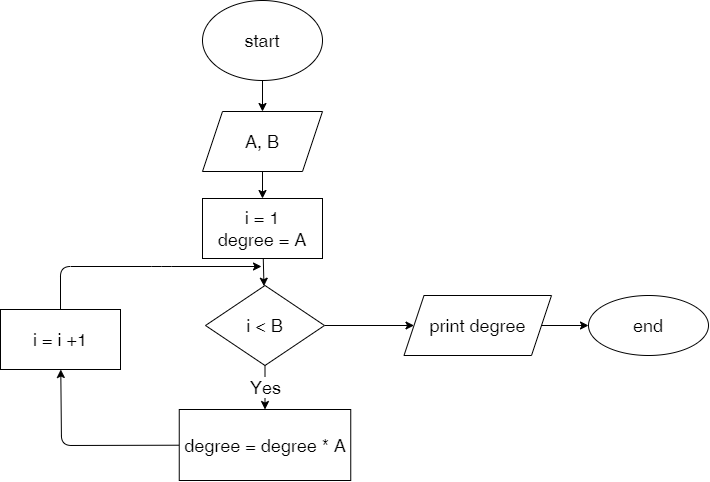
Above: Homework/Lesson04/task25/alg.drawio.png in sergdmi/3-Code (draw.io), before the change. Source tidied: cells renumbered, new cells last; positions are measured from the earlier drawing's top-left corner, leaving out a move shared by most shapes. Source of this version:
```xml
<mxGraphModel>
  <root>
    <mxCell id="0" />
    <mxCell id="1" parent="0" />
    <mxCell id="2" style="edgeStyle=none;html=1;fontSize=18;" parent="1" edge="1" source="3" target="5">
      <mxGeometry relative="1" as="geometry" />
    </mxCell>
    <mxCell id="3" value="start" style="ellipse;whiteSpace=wrap;html=1;fontSize=18;" parent="1" vertex="1">
      <mxGeometry x="202" width="120" height="80" as="geometry" />
    </mxCell>
    <mxCell id="4" style="edgeStyle=none;html=1;fontSize=18;" parent="1" edge="1" source="5" target="7">
      <mxGeometry relative="1" as="geometry" />
    </mxCell>
    <mxCell id="5" value="A, B" style="shape=parallelogram;perimeter=parallelogramPerimeter;whiteSpace=wrap;html=1;fixedSize=1;fontSize=18;" parent="1" vertex="1">
      <mxGeometry x="202" y="111" width="120" height="60" as="geometry" />
    </mxCell>
    <mxCell id="6" style="edgeStyle=none;html=1;fontSize=18;" parent="1" edge="1" source="7" target="10">
      <mxGeometry relative="1" as="geometry" />
    </mxCell>
    <mxCell id="7" value="i = 1&lt;br&gt;degree = A" style="whiteSpace=wrap;html=1;fontSize=18;" parent="1" vertex="1">
      <mxGeometry x="202" y="198" width="120" height="60" as="geometry" />
    </mxCell>
    <mxCell id="8" value="Yes" style="edgeStyle=none;html=1;fontSize=18;" parent="1" edge="1" source="10" target="12">
      <mxGeometry relative="1" as="geometry" />
    </mxCell>
    <mxCell id="9" style="edgeStyle=none;html=1;fontSize=18;" parent="1" edge="1" source="10" target="16">
      <mxGeometry relative="1" as="geometry" />
    </mxCell>
    <mxCell id="10" value="i &amp;lt; B" style="rhombus;whiteSpace=wrap;html=1;fontSize=18;" parent="1" vertex="1">
      <mxGeometry x="205" y="285" width="119" height="80" as="geometry" />
    </mxCell>
    <mxCell id="11" style="edgeStyle=none;html=1;fontSize=18;" parent="1" edge="1" source="12" target="14">
      <mxGeometry relative="1" as="geometry">
        <Array as="points">
          <mxPoint x="61" y="445" />
        </Array>
      </mxGeometry>
    </mxCell>
    <mxCell id="12" value="degree = degree * A" style="whiteSpace=wrap;html=1;fontSize=18;" parent="1" vertex="1">
      <mxGeometry x="178.8" y="409" width="171.5" height="71" as="geometry" />
    </mxCell>
    <mxCell id="13" style="edgeStyle=none;html=1;exitX=0.5;exitY=0;exitDx=0;exitDy=0;fontSize=18;" parent="1" edge="1" source="14">
      <mxGeometry relative="1" as="geometry">
        <mxPoint x="261" y="266" as="targetPoint" />
        <Array as="points">
          <mxPoint x="60" y="266" />
          <mxPoint x="161" y="266" />
        </Array>
      </mxGeometry>
    </mxCell>
    <mxCell id="14" value="i = i +1" style="whiteSpace=wrap;html=1;fontSize=18;" parent="1" vertex="1">
      <mxGeometry y="309" width="120" height="60" as="geometry" />
    </mxCell>
    <mxCell id="15" style="edgeStyle=none;html=1;fontSize=18;" parent="1" edge="1" source="16" target="17">
      <mxGeometry relative="1" as="geometry" />
    </mxCell>
    <mxCell id="16" value="print degree" style="shape=parallelogram;perimeter=parallelogramPerimeter;whiteSpace=wrap;html=1;fixedSize=1;fontSize=18;" parent="1" vertex="1">
      <mxGeometry x="403.5" y="295" width="147.5" height="60" as="geometry" />
    </mxCell>
    <mxCell id="17" value="end" style="ellipse;whiteSpace=wrap;html=1;fontSize=18;" parent="1" vertex="1">
      <mxGeometry x="588" y="295" width="120" height="60" as="geometry" />
    </mxCell>
  </root>
</mxGraphModel>
```
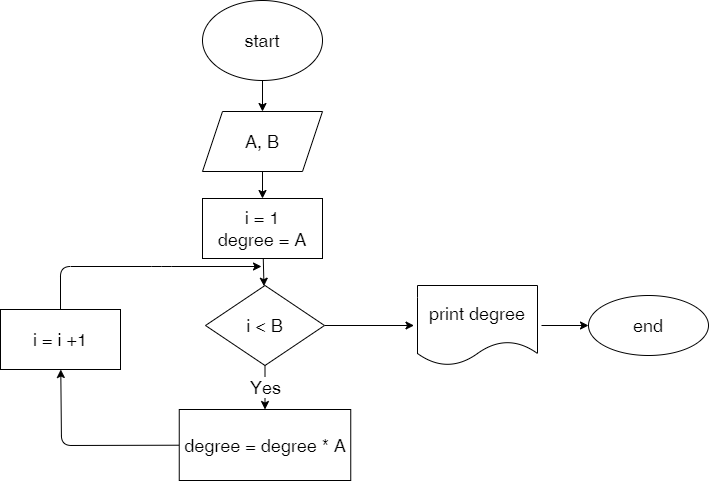
The same diagram one commit later.

The edit, as a diff of the source:
```diff
@@ -23,8 +23,10 @@
     <mxCell id="8" value="Yes" style="edgeStyle=none;html=1;fontSize=18;" parent="1" edge="1" source="10" target="12">
       <mxGeometry relative="1" as="geometry" />
     </mxCell>
-    <mxCell id="9" style="edgeStyle=none;html=1;fontSize=18;" parent="1" edge="1" source="10" target="16">
-      <mxGeometry relative="1" as="geometry" />
+    <mxCell id="9" style="edgeStyle=none;html=1;fontSize=18;" parent="1" edge="1" source="10">
+      <mxGeometry relative="1" as="geometry">
+        <mxPoint x="413.5" y="325" as="targetPoint" />
+      </mxGeometry>
     </mxCell>
     <mxCell id="10" value="i &amp;lt; B" style="rhombus;whiteSpace=wrap;html=1;fontSize=18;" parent="1" vertex="1">
       <mxGeometry x="205" y="285" width="119" height="80" as="geometry" />
@@ -51,14 +53,16 @@
     <mxCell id="14" value="i = i +1" style="whiteSpace=wrap;html=1;fontSize=18;" parent="1" vertex="1">
       <mxGeometry y="309" width="120" height="60" as="geometry" />
     </mxCell>
-    <mxCell id="15" style="edgeStyle=none;html=1;fontSize=18;" parent="1" edge="1" source="16" target="17">
-      <mxGeometry relative="1" as="geometry" />
+    <mxCell id="15" style="edgeStyle=none;html=1;fontSize=18;" parent="1" edge="1" target="17">
+      <mxGeometry relative="1" as="geometry">
+        <mxPoint x="541" y="325" as="sourcePoint" />
+      </mxGeometry>
     </mxCell>
+    <mxCell id="17" value="end" style="ellipse;whiteSpace=wrap;html=1;fontSize=18;" parent="1" vertex="1">
+      <mxGeometry x="588" y="295" width="120" height="60" as="geometry" />
+    </mxCell>
-    <mxCell id="16" value="print degree" style="shape=parallelogram;perimeter=parallelogramPerimeter;whiteSpace=wrap;html=1;fixedSize=1;fontSize=18;" parent="1" vertex="1">
-      <mxGeometry x="403.5" y="295" width="147.5" height="60" as="geometry" />
+    <mxCell id="16" value="&lt;span style=&quot;font-size: 18px&quot;&gt;print degree&lt;/span&gt;" style="shape=document;whiteSpace=wrap;html=1;boundedLbl=1;" parent="1" vertex="1">
+      <mxGeometry x="417" y="285" width="120" height="80" as="geometry" />
     </mxCell>
-    <mxCell id="17" value="end" style="ellipse;whiteSpace=wrap;html=1;fontSize=18;" parent="1" vertex="1">
-      <mxGeometry x="588" y="295" width="120" height="60" as="geometry" />
-    </mxCell>
   </root>
 </mxGraphModel>
```
